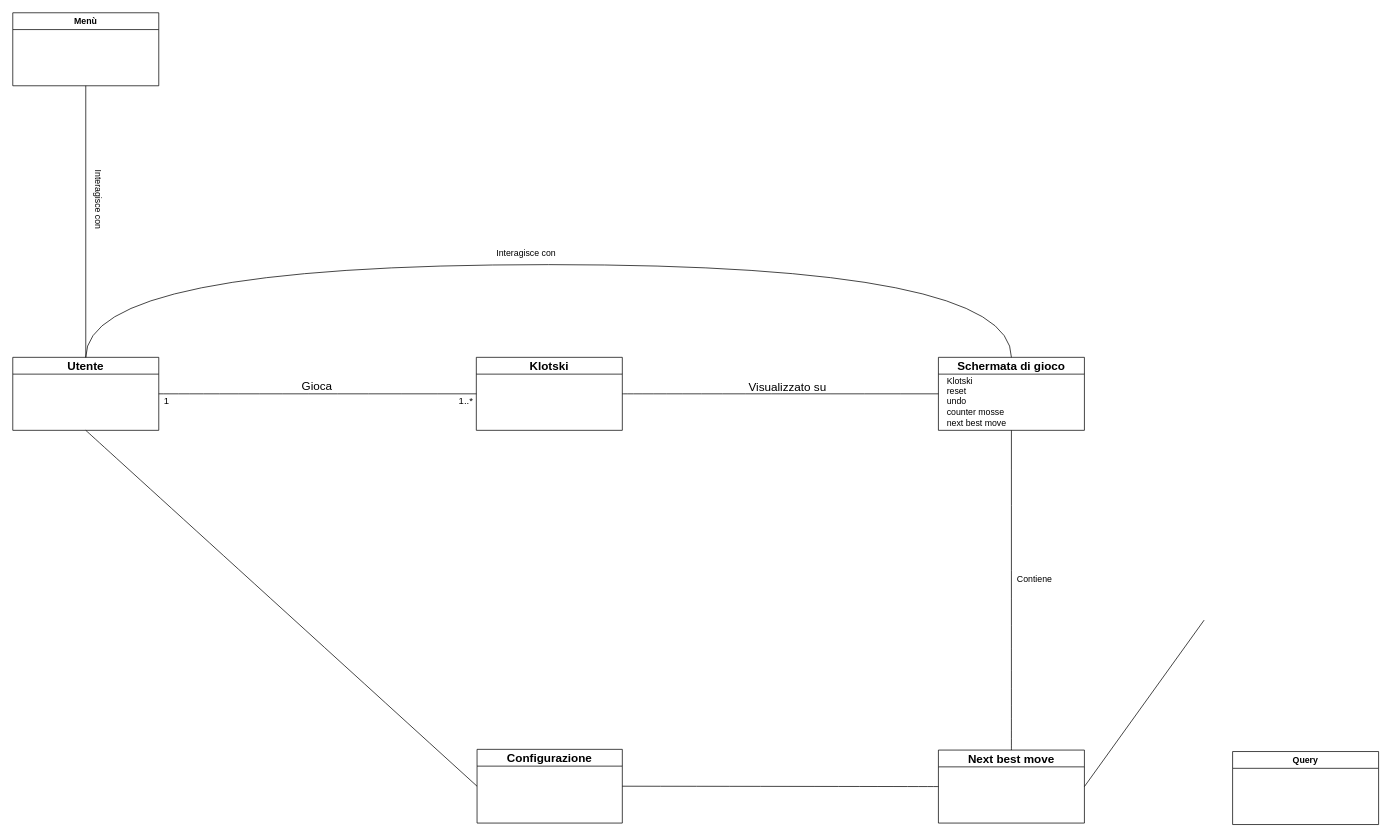
Before: Domain Model.drawio in trikkeballakke/Test, a draw.io diagram. Source tidied: cells renumbered, new cells numbered last; positions are measured from the earlier drawing's top-left corner, leaving out a move shared by most shapes. Both pictures are drawn from the tidied source at 73%, with x=0, y=0 at pixel (12, 12).
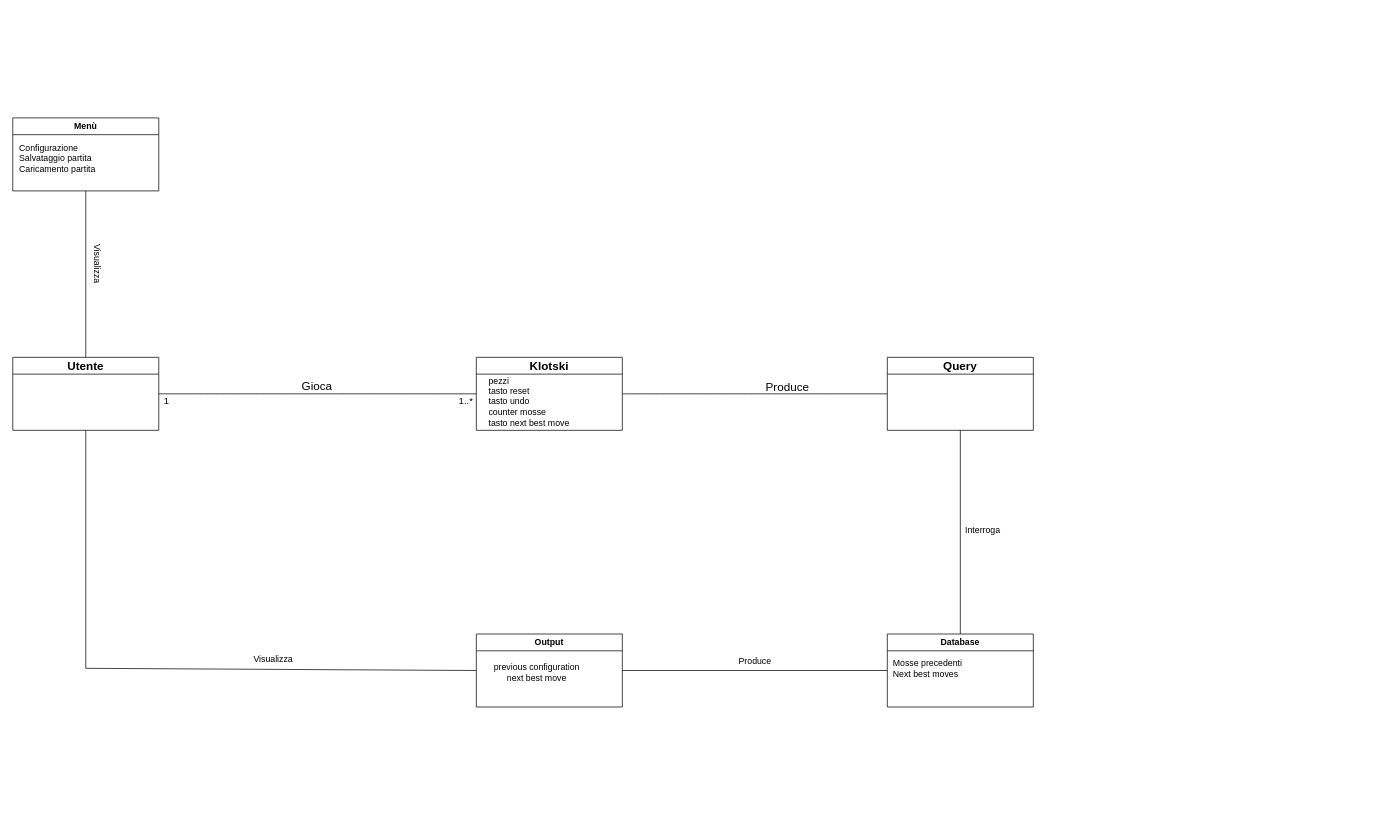
The same page after the edit.

Unchanged cells that the change refers to:
```xml
<mxCell id="3" value="Utente" style="swimlane;whiteSpace=wrap;html=1;fontSize=16;" parent="1" vertex="1">
  <mxGeometry y="472" width="200" height="100" as="geometry" />
</mxCell>
<mxCell id="4" value="Klotski" style="swimlane;whiteSpace=wrap;html=1;fontSize=16;" parent="1" vertex="1">
  <mxGeometry x="635" y="472" width="200" height="100" as="geometry" />
</mxCell>
```

Change to the diagram source:
```diff
@@
+    <mxCell id="10" value="&lt;div style=&quot;text-align: left;&quot;&gt;pezzi&lt;/div&gt;&lt;div style=&quot;text-align: left;&quot;&gt;tasto reset&lt;/div&gt;&lt;div style=&quot;text-align: left;&quot;&gt;tasto undo&lt;/div&gt;&lt;div style=&quot;text-align: left;&quot;&gt;counter mosse&lt;/div&gt;&lt;div style=&quot;text-align: left;&quot;&gt;tasto next best move&lt;/div&gt;" style="text;html=1;strokeColor=none;fillColor=none;align=center;verticalAlign=middle;whiteSpace=wrap;rounded=0;" parent="4" vertex="1">
+      <mxGeometry x="-27" y="24" width="199" height="74" as="geometry" />
+    </mxCell>
@@
-    <mxCell id="9" value="Schermata di gioco" style="swimlane;whiteSpace=wrap;html=1;fontSize=16;" parent="1" vertex="1">
-      <mxGeometry x="1268" y="472" width="200" height="100" as="geometry" />
-    </mxCell>
-    <mxCell id="10" value="&lt;div style=&quot;text-align: left;&quot;&gt;Klotski&lt;/div&gt;&lt;div style=&quot;text-align: left;&quot;&gt;reset&lt;/div&gt;&lt;div style=&quot;text-align: left;&quot;&gt;undo&lt;/div&gt;&lt;div style=&quot;text-align: left;&quot;&gt;counter mosse&lt;/div&gt;&lt;div style=&quot;text-align: left;&quot;&gt;next best move&lt;/div&gt;" style="text;html=1;strokeColor=none;fillColor=none;align=center;verticalAlign=middle;whiteSpace=wrap;rounded=0;" parent="9" vertex="1">
-      <mxGeometry x="-47" y="24" width="199" height="74" as="geometry" />
-    </mxCell>
-    <mxCell id="11" style="endArrow=none;html=1;rounded=0;fontSize=12;startSize=8;endSize=8;curved=1;exitX=1;exitY=0.5;exitDx=0;exitDy=0;entryX=0;entryY=0.5;entryDx=0;entryDy=0;" parent="1" edge="1" source="4" target="9">
+    <mxCell id="11" style="endArrow=none;html=1;rounded=0;fontSize=12;startSize=8;endSize=8;curved=1;exitX=1;exitY=0.5;exitDx=0;exitDy=0;entryX=0;entryY=0.5;entryDx=0;entryDy=0;" parent="1" edge="1" source="4" target="13">
       <mxGeometry relative="1" as="geometry" />
     </mxCell>
-    <mxCell id="12" value="Visualizzato su" style="text;strokeColor=none;align=center;fillColor=none;html=1;verticalAlign=middle;whiteSpace=wrap;rounded=0;fontSize=16;" parent="1" vertex="1">
+    <mxCell id="12" value="Produce" style="text;strokeColor=none;align=center;fillColor=none;html=1;verticalAlign=middle;whiteSpace=wrap;rounded=0;fontSize=16;" parent="1" vertex="1">
       <mxGeometry x="1003" y="498" width="117" height="30" as="geometry" />
     </mxCell>
-    <mxCell id="13" value="Next best move" style="swimlane;whiteSpace=wrap;html=1;fontSize=16;" parent="1" vertex="1">
-      <mxGeometry x="1268" y="1010" width="200" height="100" as="geometry" />
+    <mxCell id="13" value="Query" style="swimlane;whiteSpace=wrap;html=1;fontSize=16;" parent="1" vertex="1">
+      <mxGeometry x="1198" y="472" width="200" height="100" as="geometry" />
     </mxCell>
-    <mxCell id="14" style="endArrow=none;html=1;rounded=0;fontSize=12;startSize=8;endSize=8;curved=1;entryX=0.5;entryY=1;entryDx=0;entryDy=0;exitX=0.5;exitY=0;exitDx=0;exitDy=0;" parent="1" edge="1" source="13" target="9">
-      <mxGeometry relative="1" as="geometry" />
-    </mxCell>
-    <mxCell id="15" value="Configurazione" style="swimlane;whiteSpace=wrap;html=1;fontSize=16;" parent="1" vertex="1">
-      <mxGeometry x="636" y="1009" width="199" height="101" as="geometry" />
-    </mxCell>
-    <mxCell id="16" style="endArrow=none;html=1;rounded=0;fontSize=12;startSize=8;endSize=8;curved=1;entryX=1;entryY=0.5;entryDx=0;entryDy=0;exitX=0;exitY=0.5;exitDx=0;exitDy=0;" parent="1" edge="1" source="13" target="15">
-      <mxGeometry relative="1" as="geometry" />
-    </mxCell>
-    <mxCell id="17" style="endArrow=none;html=1;rounded=0;fontSize=12;startSize=8;endSize=8;curved=1;exitX=0.5;exitY=1;exitDx=0;exitDy=0;entryX=0;entryY=0.5;entryDx=0;entryDy=0;" parent="1" edge="1" source="3" target="15">
-      <mxGeometry relative="1" as="geometry" />
-    </mxCell>
     <mxCell id="18" value="Menù" style="swimlane;whiteSpace=wrap;html=1;" parent="1" vertex="1">
-      <mxGeometry width="200" height="100" as="geometry" />
+      <mxGeometry y="144" width="200" height="100" as="geometry" />
     </mxCell>
+    <mxCell id="26" value="Configurazione&lt;br&gt;Salvataggio partita&lt;br&gt;Caricamento partita" style="text;html=1;strokeColor=none;fillColor=none;align=left;verticalAlign=middle;whiteSpace=wrap;rounded=0;" parent="18" vertex="1">
+      <mxGeometry x="7" y="41" width="130" height="30" as="geometry" />
+    </mxCell>
@@
-    <mxCell id="20" style="endArrow=none;html=1;rounded=0;exitX=0.5;exitY=0;exitDx=0;exitDy=0;entryX=0.5;entryY=0;entryDx=0;entryDy=0;edgeStyle=orthogonalEdgeStyle;curved=1;" parent="1" edge="1" source="3" target="9">
-      <mxGeometry relative="1" as="geometry">
-        <Array as="points">
-          <mxPoint x="100" y="345" />
-          <mxPoint x="1368" y="345" />
-        </Array>
-      </mxGeometry>
-    </mxCell>
-    <mxCell id="21" value="Interagisce con" style="text;strokeColor=none;align=center;fillColor=none;html=1;verticalAlign=middle;whiteSpace=wrap;rounded=0;" parent="1" vertex="1">
-      <mxGeometry x="626" y="315" width="155" height="30" as="geometry" />
-    </mxCell>
-    <mxCell id="22" value="Interagisce con" style="text;strokeColor=none;align=center;fillColor=none;html=1;verticalAlign=middle;whiteSpace=wrap;rounded=0;rotation=90;" parent="1" vertex="1">
-      <mxGeometry x="40" y="241" width="155" height="30" as="geometry" />
+    <mxCell id="22" value="Visualizza" style="text;strokeColor=none;align=center;fillColor=none;html=1;verticalAlign=middle;whiteSpace=wrap;rounded=0;rotation=90;" parent="1" vertex="1">
+      <mxGeometry x="38" y="329" width="155" height="30" as="geometry" />
     </mxCell>
-    <mxCell id="23" value="Contiene" style="text;html=1;strokeColor=none;fillColor=none;align=center;verticalAlign=middle;whiteSpace=wrap;rounded=0;" parent="1" vertex="1">
-      <mxGeometry x="1370" y="761" width="60" height="30" as="geometry" />
+    <mxCell id="23" value="Interroga" style="text;html=1;strokeColor=none;fillColor=none;align=center;verticalAlign=middle;whiteSpace=wrap;rounded=0;" parent="1" vertex="1">
+      <mxGeometry x="1299" y="694" width="60" height="30" as="geometry" />
     </mxCell>
-    <mxCell id="24" style="endArrow=none;html=1;rounded=0;exitX=1;exitY=0.5;exitDx=0;exitDy=0;" parent="1" edge="1" source="13">
-      <mxGeometry relative="1" as="geometry">
-        <mxPoint x="1632" y="832" as="targetPoint" />
-      </mxGeometry>
+    <mxCell id="24" style="endArrow=none;html=1;rounded=0;exitX=0.5;exitY=1;exitDx=0;exitDy=0;entryX=0.5;entryY=0;entryDx=0;entryDy=0;" parent="1" edge="1" source="13" target="25">
+      <mxGeometry relative="1" as="geometry" />
     </mxCell>
-    <mxCell id="25" value="Query" style="swimlane;whiteSpace=wrap;html=1;" parent="1" vertex="1">
-      <mxGeometry x="1671" y="1012" width="200" height="100" as="geometry" />
+    <mxCell id="25" value="Database" style="swimlane;whiteSpace=wrap;html=1;" parent="1" vertex="1">
+      <mxGeometry x="1198" y="851" width="200" height="100" as="geometry" />
     </mxCell>
+    <mxCell id="27" value="Mosse precedenti&lt;br&gt;Next best moves" style="text;html=1;strokeColor=none;fillColor=none;align=left;verticalAlign=middle;whiteSpace=wrap;rounded=0;" parent="25" vertex="1">
+      <mxGeometry x="6" y="33" width="111" height="30" as="geometry" />
+    </mxCell>
+    <mxCell id="28" value="Output" style="swimlane;whiteSpace=wrap;html=1;" parent="1" vertex="1">
+      <mxGeometry x="635" y="851" width="200" height="100" as="geometry" />
+    </mxCell>
+    <mxCell id="29" value="previous configuration&lt;br&gt;next best move" style="text;html=1;strokeColor=none;fillColor=none;align=center;verticalAlign=middle;whiteSpace=wrap;rounded=0;" parent="28" vertex="1">
+      <mxGeometry x="4" y="38" width="158" height="30" as="geometry" />
+    </mxCell>
+    <mxCell id="30" style="endArrow=none;html=1;rounded=0;exitX=1;exitY=0.5;exitDx=0;exitDy=0;entryX=0;entryY=0.5;entryDx=0;entryDy=0;" parent="1" edge="1" source="28" target="25">
+      <mxGeometry relative="1" as="geometry" />
+    </mxCell>
+    <mxCell id="31" value="Produce" style="text;html=1;strokeColor=none;fillColor=none;align=center;verticalAlign=middle;whiteSpace=wrap;rounded=0;" parent="1" vertex="1">
+      <mxGeometry x="987" y="874" width="60" height="30" as="geometry" />
+    </mxCell>
+    <mxCell id="32" style="endArrow=none;html=1;rounded=0;entryX=0;entryY=0.5;entryDx=0;entryDy=0;exitX=0.5;exitY=1;exitDx=0;exitDy=0;" parent="1" edge="1" source="3" target="28">
+      <mxGeometry relative="1" as="geometry">
+        <Array as="points">
+          <mxPoint x="100" y="898" />
+        </Array>
+      </mxGeometry>
+    </mxCell>
+    <mxCell id="33" value="Visualizza" style="text;html=1;strokeColor=none;fillColor=none;align=center;verticalAlign=middle;whiteSpace=wrap;rounded=0;" parent="1" vertex="1">
+      <mxGeometry x="327" y="871" width="60" height="30" as="geometry" />
+    </mxCell>
```
